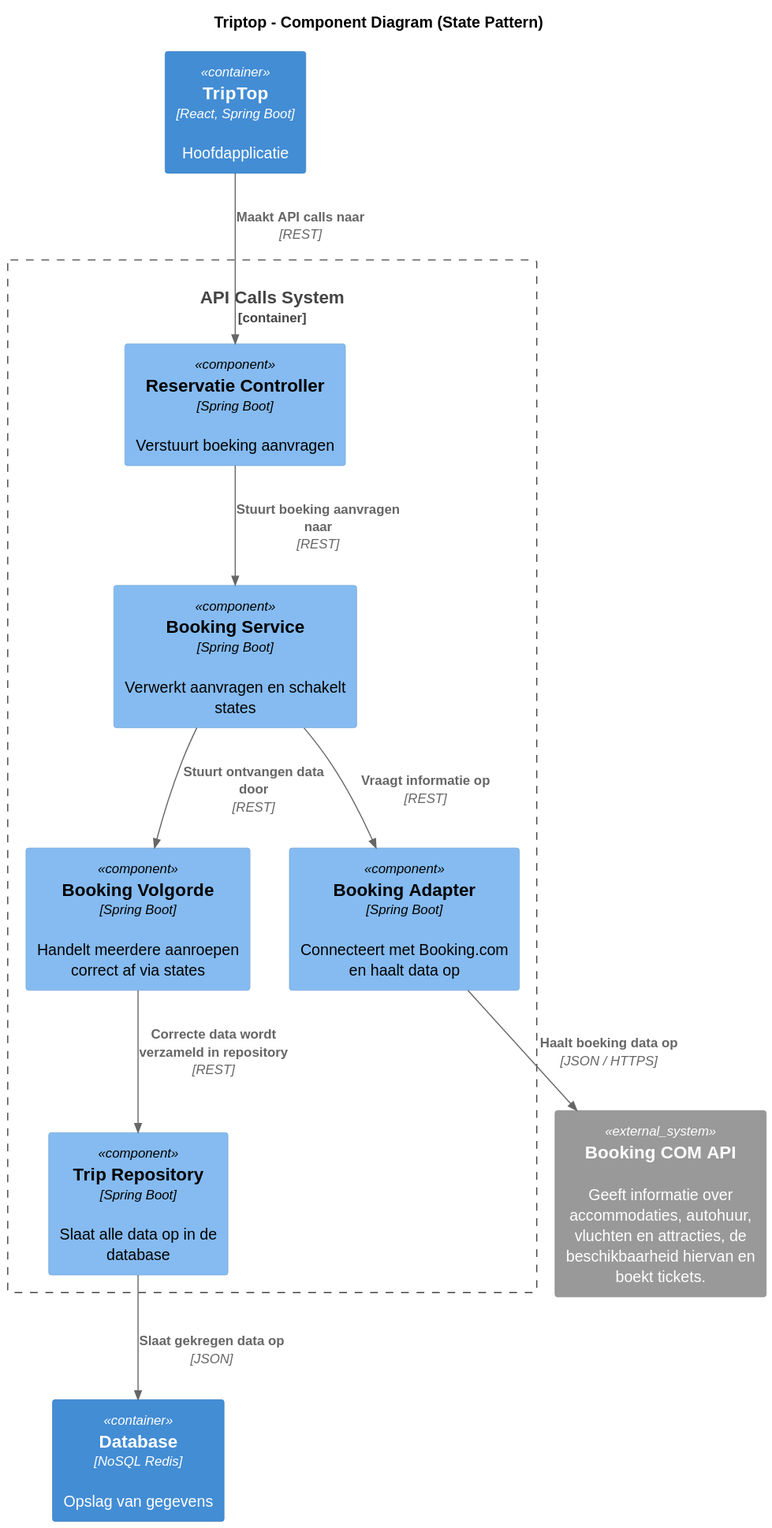
The PlantUML diagram software-guidebook/ontwerpvraag-burak/component-diagram-burak.svg in AIM-ENE-feb25/triptop-beca, before a commit.
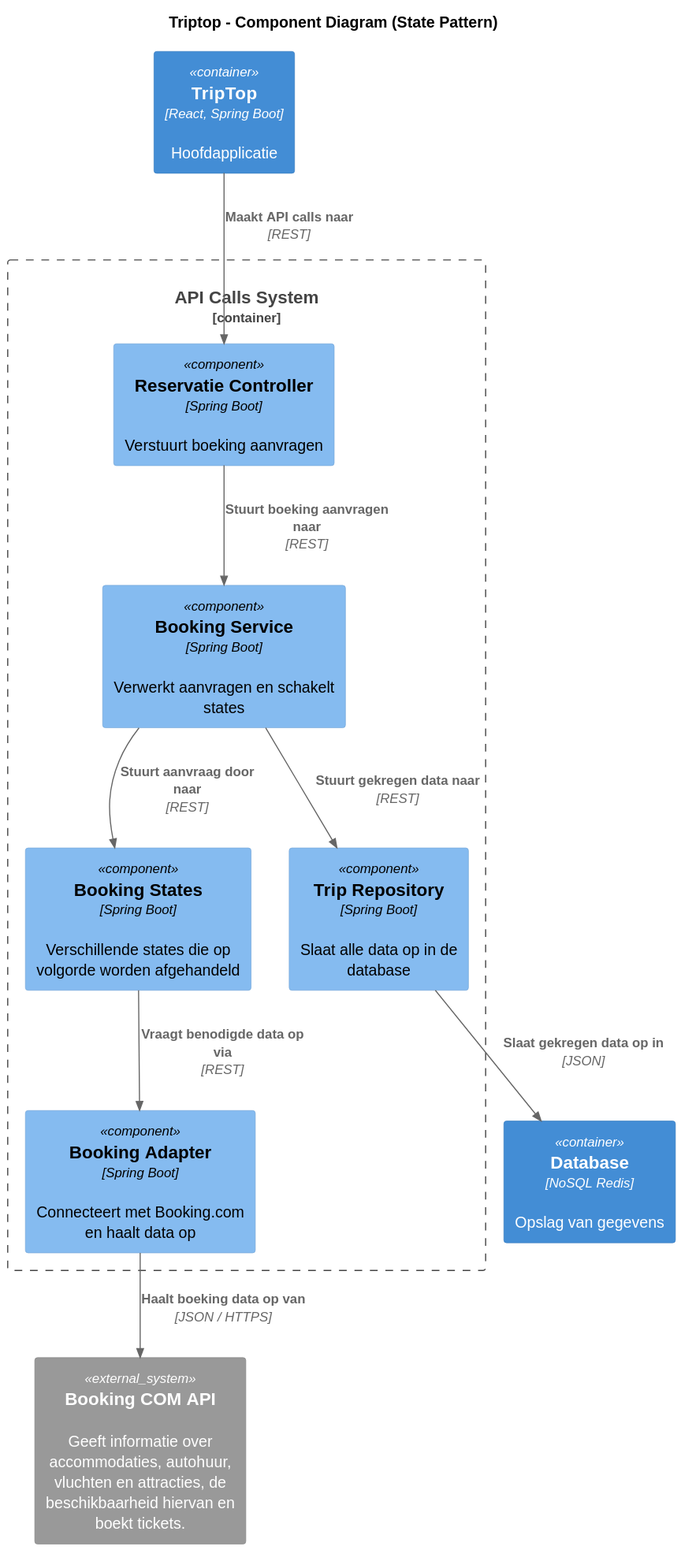
Later version of the same file.

Diff of the diagram source:
```diff
@@ -5,21 +5,21 @@
 
 Container(trip_trop, "TripTop", "React, Spring Boot", "Hoofdapplicatie")
 Container(db, "Database", "NoSQL Redis", "Opslag van gegevens")
-System_Ext(overnachting_vervoer, "Booking COM API", "Geeft informatie over accommodaties, autohuur, vluchten en attracties, de beschikbaarheid hiervan en boekt tickets.")
+System_Ext(booking_api, "Booking COM API", "Geeft informatie over accommodaties, autohuur, vluchten en attracties, de beschikbaarheid hiervan en boekt tickets.")
 
 Container_Boundary(backend, "API Calls System") {
   Component(reservatie_controller, "Reservatie Controller", "Spring Boot", "Verstuurt boeking aanvragen")
   Component(booking_service, "Booking Service", "Spring Boot", "Verwerkt aanvragen en schakelt states")
-  Component(booking_volgorde, "Booking Volgorde", "Spring Boot", "Handelt meerdere aanroepen correct af via states")
+  Component(booking_states, "Booking States", "Spring Boot", "Verschillende states die op volgorde worden afgehandeld")
   Component(booking_adapter, "Booking Adapter", "Spring Boot", "Connecteert met Booking.com en haalt data op")
   Component(trip_repository, "Trip Repository", "Spring Boot", "Slaat alle data op in de database")
 
   Rel(trip_trop, reservatie_controller, "Maakt API calls naar", "REST")
   Rel(reservatie_controller, booking_service, "Stuurt boeking aanvragen naar", "REST")
-  Rel(booking_service, booking_adapter, "Vraagt informatie op", "REST")
-  Rel(booking_service, booking_volgorde, "Stuurt ontvangen data door", "REST")
-  Rel(booking_volgorde, trip_repository, "Correcte data wordt verzameld in repository", "REST")
-  Rel(trip_repository, db, "Slaat gekregen data op", "JSON")
-  Rel(booking_adapter, overnachting_vervoer, "Haalt boeking data op", "JSON / HTTPS")
+  Rel(booking_service, booking_states, "Stuurt aanvraag door naar", "REST")
+  Rel(booking_states, booking_adapter, "Vraagt benodigde data op via", "REST")
+  Rel(booking_service, trip_repository, "Stuurt gekregen data naar", "REST")
+  Rel(trip_repository, db, "Slaat gekregen data op in", "JSON")
+  Rel(booking_adapter, booking_api, "Haalt boeking data op van", "JSON / HTTPS")
 }
 @enduml
```
